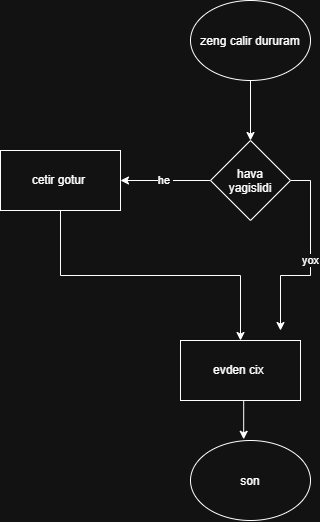
The draw.io diagram flowcharts/morning.png in aytacserifova777-byte/flowchart-tasks, before a commit. Source tidied: cells renumbered, new cells last; positions are measured from the earlier drawing's top-left corner, leaving out a move shared by most shapes. Its diagram source:
```xml
<mxGraphModel>
  <root>
    <mxCell id="0" />
    <mxCell id="1" parent="0" />
    <mxCell id="2" style="edgeStyle=orthogonalEdgeStyle;rounded=0;jettySize=auto;html=1;exitX=0.5;exitY=1;exitDx=0;exitDy=0;entryX=0.5;entryY=0;entryDx=0;entryDy=0;" parent="1" edge="1" source="3" target="6">
      <mxGeometry relative="1" as="geometry" />
    </mxCell>
    <mxCell id="3" value="zeng calir dururam" style="ellipse;whiteSpace=wrap;html=1;shapeInside=1;" parent="1" vertex="1">
      <mxGeometry x="190" width="120" height="80" as="geometry" />
    </mxCell>
    <mxCell id="4" value="he&amp;nbsp;" style="edgeStyle=orthogonalEdgeStyle;rounded=0;jettySize=auto;html=1;" parent="1" edge="1" source="6">
      <mxGeometry relative="1" as="geometry">
        <mxPoint x="120" y="180" as="targetPoint" />
      </mxGeometry>
    </mxCell>
    <mxCell id="5" value="yox" style="edgeStyle=orthogonalEdgeStyle;rounded=0;jettySize=auto;html=1;exitX=1;exitY=0.5;exitDx=0;exitDy=0;" parent="1" edge="1" source="6">
      <mxGeometry relative="1" as="geometry">
        <mxPoint x="280" y="330" as="targetPoint" />
      </mxGeometry>
    </mxCell>
    <mxCell id="6" value="hava yagislidi" style="rhombus;whiteSpace=wrap;html=1;shapeInside=1;" parent="1" vertex="1">
      <mxGeometry x="210" y="140" width="80" height="80" as="geometry" />
    </mxCell>
    <mxCell id="7" style="edgeStyle=orthogonalEdgeStyle;rounded=0;jettySize=auto;html=1;exitX=0.5;exitY=1;exitDx=0;exitDy=0;entryX=0.5;entryY=0;entryDx=0;entryDy=0;" parent="1" edge="1" source="8" target="9">
      <mxGeometry relative="1" as="geometry" />
    </mxCell>
    <mxCell id="8" value="cetir gotur&amp;nbsp;" style="rounded=0;whiteSpace=wrap;html=1;" parent="1" vertex="1">
      <mxGeometry y="150" width="120" height="60" as="geometry" />
    </mxCell>
    <mxCell id="9" value="evden cix&amp;nbsp;" style="rounded=0;whiteSpace=wrap;html=1;" parent="1" vertex="1">
      <mxGeometry x="180" y="340" width="120" height="60" as="geometry" />
    </mxCell>
    <mxCell id="10" value="son" style="ellipse;whiteSpace=wrap;html=1;shapeInside=1;" parent="1" vertex="1">
      <mxGeometry x="190" y="440" width="120" height="80" as="geometry" />
    </mxCell>
    <mxCell id="11" style="edgeStyle=orthogonalEdgeStyle;rounded=0;jettySize=auto;html=1;exitX=0.5;exitY=1;exitDx=0;exitDy=0;entryX=0.443;entryY=-0.015;entryDx=0;entryDy=0;entryPerimeter=0;" parent="1" edge="1" source="9" target="10">
      <mxGeometry relative="1" as="geometry" />
    </mxCell>
  </root>
</mxGraphModel>
```
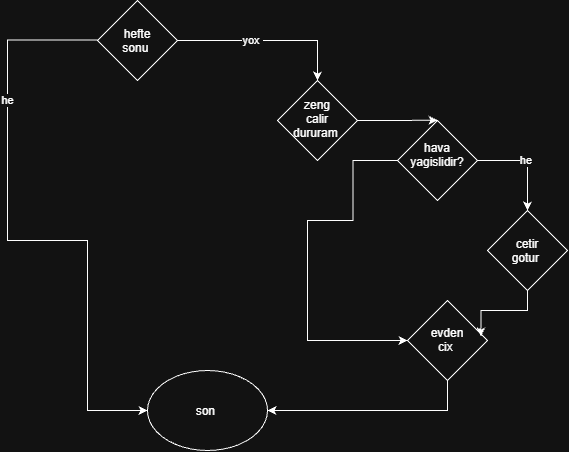
Later version of the same file.

Commit message:
Organize flowcharts and add ticket draft

The edit, as a diff of the source:
```diff
@@ -2,39 +2,61 @@
   <root>
     <mxCell id="0" />
     <mxCell id="1" parent="0" />
-    <mxCell id="2" style="edgeStyle=orthogonalEdgeStyle;rounded=0;jettySize=auto;html=1;exitX=0.5;exitY=1;exitDx=0;exitDy=0;entryX=0.5;entryY=0;entryDx=0;entryDy=0;" parent="1" edge="1" source="3" target="6">
-      <mxGeometry relative="1" as="geometry" />
-    </mxCell>
+    <mxCell id="12" value="he" style="edgeStyle=orthogonalEdgeStyle;rounded=0;jettySize=auto;html=1;exitX=0;exitY=0.5;exitDx=0;exitDy=0;entryX=0;entryY=0.5;entryDx=0;entryDy=0;" parent="1" edge="1" target="10">
+      <mxGeometry x="-0.5" relative="1" as="geometry">
+        <mxPoint x="250" y="69.5" as="sourcePoint" />
+        <Array as="points">
+          <mxPoint x="160" y="69.5" />
+          <mxPoint x="160" y="270" />
+          <mxPoint x="240" y="270" />
+        </Array>
+      </mxGeometry>
+    </mxCell>
+    <mxCell id="5" value="yox&amp;nbsp;" style="edgeStyle=orthogonalEdgeStyle;rounded=0;jettySize=auto;html=1;entryX=0.5;entryY=0;entryDx=0;entryDy=0;" parent="1" edge="1" source="13" target="3">
+      <mxGeometry x="-0.17" relative="1" as="geometry" />
+    </mxCell>
+    <mxCell id="13" value="hefte sonu&amp;nbsp;" style="rhombus;whiteSpace=wrap;html=1;shapeInside=1;" parent="1" vertex="1">
+      <mxGeometry x="250" y="30" width="80" height="80" as="geometry" />
+    </mxCell>
+    <mxCell id="10" value="son&amp;nbsp;" style="ellipse;whiteSpace=wrap;html=1;shapeInside=1;" parent="1" vertex="1">
+      <mxGeometry x="300" y="400" width="120" height="80" as="geometry" />
+    </mxCell>
+    <mxCell id="14" style="edgeStyle=orthogonalEdgeStyle;rounded=0;jettySize=auto;html=1;exitX=1;exitY=0.5;exitDx=0;exitDy=0;" parent="1" edge="1" source="3">
+      <mxGeometry relative="1" as="geometry">
+        <mxPoint x="590" y="149.7" as="targetPoint" />
+      </mxGeometry>
+    </mxCell>
-    <mxCell id="3" value="zeng calir dururam" style="ellipse;whiteSpace=wrap;html=1;shapeInside=1;" parent="1" vertex="1">
-      <mxGeometry x="190" width="120" height="80" as="geometry" />
+    <mxCell id="3" value="zeng calir dururam&amp;nbsp;" style="rhombus;whiteSpace=wrap;html=1;shapeInside=1;" parent="1" vertex="1">
+      <mxGeometry x="430" y="110" width="80" height="80" as="geometry" />
     </mxCell>
-    <mxCell id="4" value="he&amp;nbsp;" style="edgeStyle=orthogonalEdgeStyle;rounded=0;jettySize=auto;html=1;" parent="1" edge="1" source="6">
-      <mxGeometry relative="1" as="geometry">
-        <mxPoint x="120" y="180" as="targetPoint" />
-      </mxGeometry>
-    </mxCell>
-    <mxCell id="5" value="yox" style="edgeStyle=orthogonalEdgeStyle;rounded=0;jettySize=auto;html=1;exitX=1;exitY=0.5;exitDx=0;exitDy=0;" parent="1" edge="1" source="6">
-      <mxGeometry relative="1" as="geometry">
-        <mxPoint x="280" y="330" as="targetPoint" />
-      </mxGeometry>
-    </mxCell>
-    <mxCell id="6" value="hava yagislidi" style="rhombus;whiteSpace=wrap;html=1;shapeInside=1;" parent="1" vertex="1">
-      <mxGeometry x="210" y="140" width="80" height="80" as="geometry" />
-    </mxCell>
+    <mxCell id="15" style="edgeStyle=orthogonalEdgeStyle;rounded=0;jettySize=auto;html=1;exitX=0;exitY=0.5;exitDx=0;exitDy=0;" parent="1" edge="1" source="17" target="9">
+      <mxGeometry x="-0.59" relative="1" as="geometry">
+        <Array as="points">
+          <mxPoint x="505.5" y="190" />
+          <mxPoint x="505.5" y="250" />
+          <mxPoint x="460" y="250" />
+        </Array>
+      </mxGeometry>
+    </mxCell>
+    <mxCell id="16" value="he&amp;nbsp;" style="edgeStyle=orthogonalEdgeStyle;rounded=0;jettySize=auto;html=1;exitX=1;exitY=0.5;exitDx=0;exitDy=0;" parent="1" edge="1" source="17">
+      <mxGeometry relative="1" as="geometry">
+        <mxPoint x="680" y="240" as="targetPoint" />
+      </mxGeometry>
+    </mxCell>
+    <mxCell id="17" value="hava yagislidir?" style="rhombus;whiteSpace=wrap;html=1;shapeInside=1;" parent="1" vertex="1">
+      <mxGeometry x="550" y="150" width="80" height="80" as="geometry" />
+    </mxCell>
+    <mxCell id="8" value="cetir gotur&amp;nbsp;" style="rhombus;whiteSpace=wrap;html=1;shapeInside=1;" parent="1" vertex="1">
+      <mxGeometry x="640" y="240" width="80" height="80" as="geometry" />
+    </mxCell>
+    <mxCell id="11" style="edgeStyle=orthogonalEdgeStyle;rounded=0;jettySize=auto;html=1;exitX=0.5;exitY=1;exitDx=0;exitDy=0;" parent="1" edge="1" source="9" target="10">
+      <mxGeometry relative="1" as="geometry" />
+    </mxCell>
+    <mxCell id="9" value="evden cix&amp;nbsp;" style="rhombus;whiteSpace=wrap;html=1;shapeInside=1;" parent="1" vertex="1">
+      <mxGeometry x="560" y="330" width="80" height="80" as="geometry" />
+    </mxCell>
-    <mxCell id="7" style="edgeStyle=orthogonalEdgeStyle;rounded=0;jettySize=auto;html=1;exitX=0.5;exitY=1;exitDx=0;exitDy=0;entryX=0.5;entryY=0;entryDx=0;entryDy=0;" parent="1" edge="1" source="8" target="9">
+    <mxCell id="7" style="edgeStyle=orthogonalEdgeStyle;rounded=0;jettySize=auto;html=1;exitX=0.5;exitY=1;exitDx=0;exitDy=0;entryX=0.917;entryY=0.448;entryDx=0;entryDy=0;entryPerimeter=0;" parent="1" edge="1" source="8" target="9">
       <mxGeometry relative="1" as="geometry" />
     </mxCell>
-    <mxCell id="8" value="cetir gotur&amp;nbsp;" style="rounded=0;whiteSpace=wrap;html=1;" parent="1" vertex="1">
-      <mxGeometry y="150" width="120" height="60" as="geometry" />
-    </mxCell>
-    <mxCell id="9" value="evden cix&amp;nbsp;" style="rounded=0;whiteSpace=wrap;html=1;" parent="1" vertex="1">
-      <mxGeometry x="180" y="340" width="120" height="60" as="geometry" />
-    </mxCell>
-    <mxCell id="10" value="son" style="ellipse;whiteSpace=wrap;html=1;shapeInside=1;" parent="1" vertex="1">
-      <mxGeometry x="190" y="440" width="120" height="80" as="geometry" />
-    </mxCell>
-    <mxCell id="11" style="edgeStyle=orthogonalEdgeStyle;rounded=0;jettySize=auto;html=1;exitX=0.5;exitY=1;exitDx=0;exitDy=0;entryX=0.443;entryY=-0.015;entryDx=0;entryDy=0;entryPerimeter=0;" parent="1" edge="1" source="9" target="10">
-      <mxGeometry relative="1" as="geometry" />
-    </mxCell>
   </root>
 </mxGraphModel>
```
